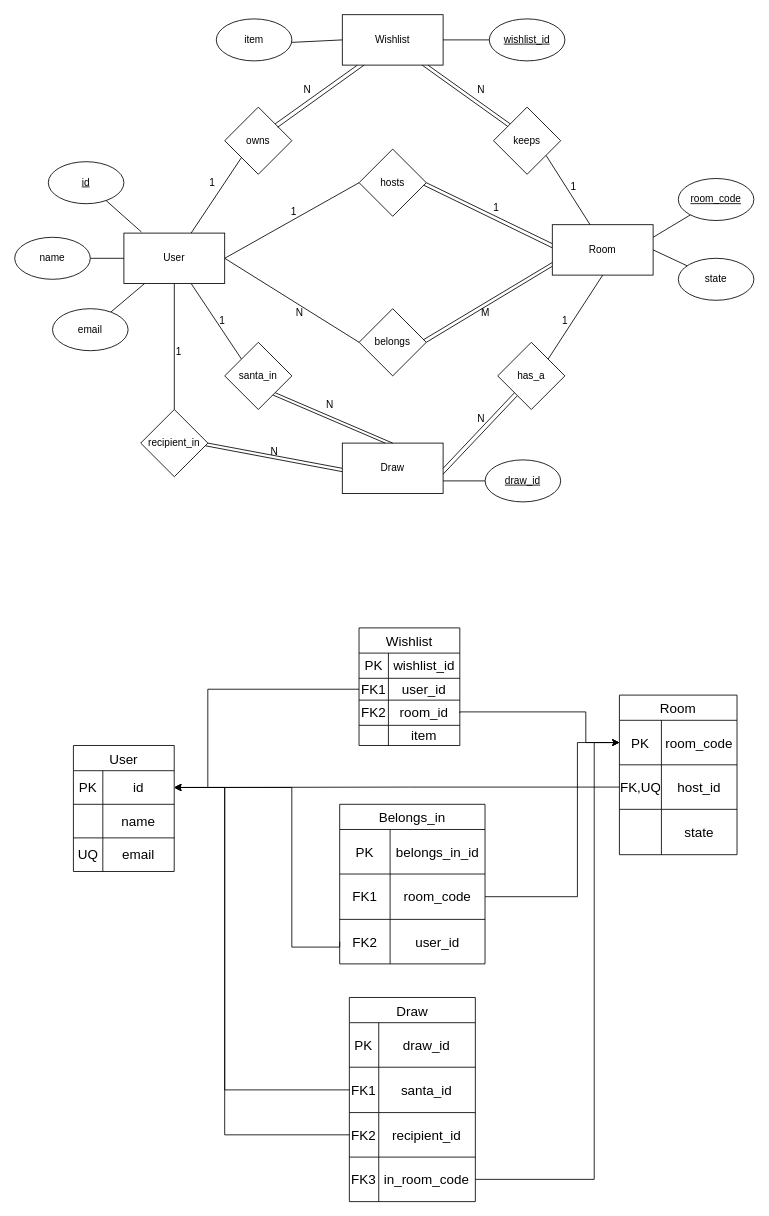
Before: Docs/erd w_ erm (5).drawio.xml in vjloable/secretsanta, a draw.io diagram. Source tidied: cells renumbered, new cells numbered last; positions are measured from the earlier drawing's top-left corner, leaving out a move shared by most shapes. Both pictures are drawn from the tidied source at 84%, with x=0, y=0 at pixel (14, 14).
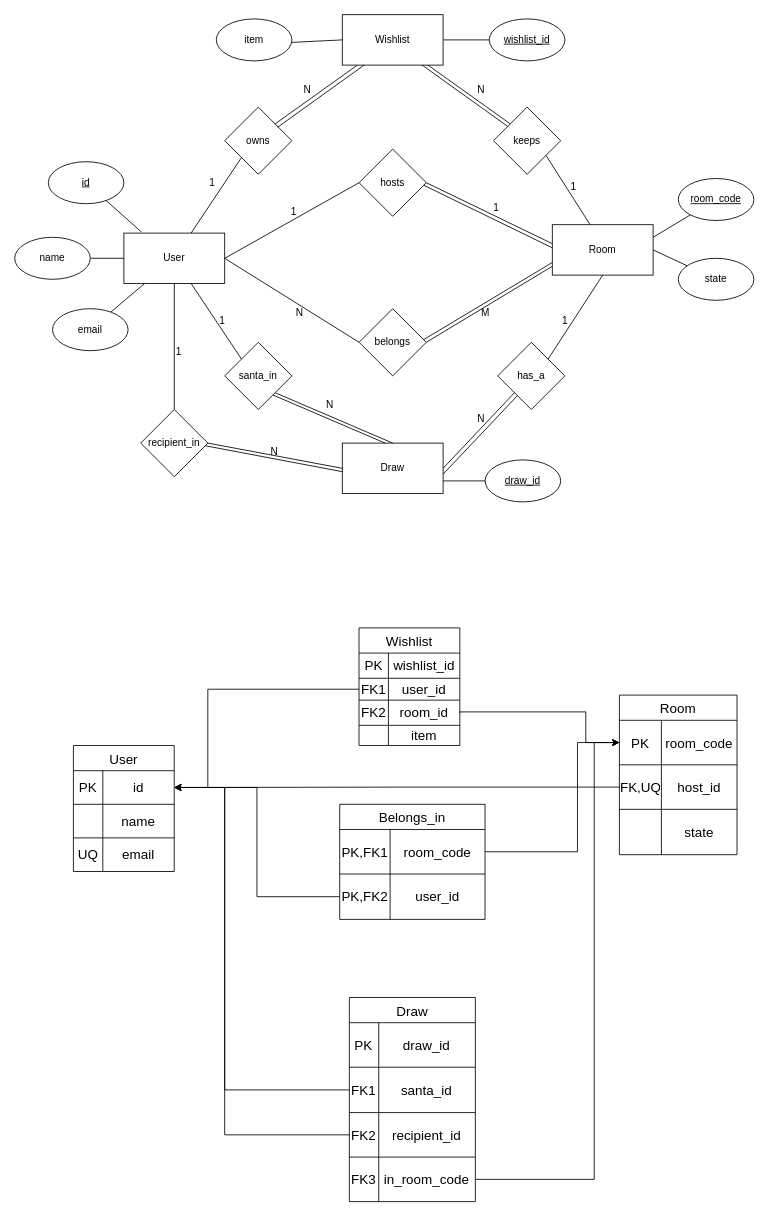
Above is the later version.

Unchanged cells that the change refers to:
```xml
<mxCell id="65" style="shape=tableRow;horizontal=0;startSize=0;swimlaneHead=0;swimlaneBody=0;strokeColor=inherit;top=0;left=0;bottom=0;right=0;fillColor=none;points=[[0,0.5],[1,0.5]];portConstraint=eastwest;fontSize=16;" parent="64" vertex="1">
  <mxGeometry y="30" width="120" height="40" as="geometry" />
</mxCell>
<mxCell id="88" style="shape=tableRow;horizontal=0;startSize=0;swimlaneHead=0;swimlaneBody=0;strokeColor=inherit;top=0;left=0;bottom=0;right=0;fillColor=none;points=[[0,0.5],[1,0.5]];portConstraint=eastwest;fontSize=16;" parent="87" vertex="1">
  <mxGeometry y="30" width="140" height="53" as="geometry" />
</mxCell>
<mxCell id="117" style="shape=tableRow;horizontal=0;startSize=0;swimlaneHead=0;swimlaneBody=0;strokeColor=inherit;top=0;left=0;bottom=0;right=0;fillColor=none;points=[[0,0.5],[1,0.5]];portConstraint=eastwest;fontSize=16;" parent="116" vertex="1">
  <mxGeometry y="30" width="173" height="53" as="geometry" />
</mxCell>
<mxCell id="120" style="shape=tableRow;horizontal=0;startSize=0;swimlaneHead=0;swimlaneBody=0;strokeColor=inherit;top=0;left=0;bottom=0;right=0;fillColor=none;points=[[0,0.5],[1,0.5]];portConstraint=eastwest;fontSize=16;" parent="116" vertex="1">
  <mxGeometry y="83" width="173" height="54" as="geometry" />
</mxCell>
```

What changed in the source:
```diff
@@
     <mxCell id="116" value="Belongs_in" style="shape=table;startSize=30;childLayout=tableLayout;strokeColor=default;fontSize=16;" parent="1" vertex="1">
-      <mxGeometry x="386.9" y="940" width="173" height="190" as="geometry" />
+      <mxGeometry x="386.9" y="940" width="173" height="137" as="geometry" />
     </mxCell>
@@
-    <mxCell id="118" value="PK" style="shape=partialRectangle;html=1;whiteSpace=wrap;strokeColor=inherit;overflow=hidden;fillColor=none;top=0;left=0;bottom=0;right=0;fontSize=16;" parent="117" vertex="1">
+    <mxCell id="118" value="PK,FK1" style="shape=partialRectangle;html=1;whiteSpace=wrap;strokeColor=inherit;overflow=hidden;fillColor=none;top=0;left=0;bottom=0;right=0;fontSize=16;" parent="117" vertex="1">
       <mxGeometry width="60" height="53" as="geometry" />
     </mxCell>
-    <mxCell id="119" value="belongs_in_id" style="shape=partialRectangle;html=1;whiteSpace=wrap;strokeColor=inherit;overflow=hidden;fillColor=none;top=0;left=0;bottom=0;right=0;fontSize=16;" parent="117" vertex="1">
+    <mxCell id="119" value="room_code" style="shape=partialRectangle;html=1;whiteSpace=wrap;strokeColor=inherit;overflow=hidden;fillColor=none;top=0;left=0;bottom=0;right=0;fontSize=16;" parent="117" vertex="1">
       <mxGeometry x="60" width="113" height="53" as="geometry" />
     </mxCell>
@@
-    <mxCell id="121" value="FK1" style="shape=partialRectangle;html=1;whiteSpace=wrap;strokeColor=inherit;overflow=hidden;fillColor=none;top=0;left=0;bottom=0;right=0;fontSize=16;" parent="120" vertex="1">
+    <mxCell id="121" value="PK,FK2" style="shape=partialRectangle;html=1;whiteSpace=wrap;strokeColor=inherit;overflow=hidden;fillColor=none;top=0;left=0;bottom=0;right=0;fontSize=16;" parent="120" vertex="1">
       <mxGeometry width="60" height="54" as="geometry" />
     </mxCell>
-    <mxCell id="122" value="room_code" style="shape=partialRectangle;html=1;whiteSpace=wrap;strokeColor=inherit;overflow=hidden;fillColor=none;top=0;left=0;bottom=0;right=0;fontSize=16;" parent="120" vertex="1">
+    <mxCell id="122" value="user_id" style="shape=partialRectangle;html=1;whiteSpace=wrap;strokeColor=inherit;overflow=hidden;fillColor=none;top=0;left=0;bottom=0;right=0;fontSize=16;" parent="120" vertex="1">
       <mxGeometry x="60" width="113" height="54" as="geometry" />
     </mxCell>
-    <mxCell id="123" style="shape=tableRow;horizontal=0;startSize=0;swimlaneHead=0;swimlaneBody=0;strokeColor=inherit;top=0;left=0;bottom=0;right=0;fillColor=none;points=[[0,0.5],[1,0.5]];portConstraint=eastwest;fontSize=16;" parent="116" vertex="1">
-      <mxGeometry y="137" width="173" height="53" as="geometry" />
-    </mxCell>
-    <mxCell id="124" value="FK2" style="shape=partialRectangle;html=1;whiteSpace=wrap;strokeColor=inherit;overflow=hidden;fillColor=none;top=0;left=0;bottom=0;right=0;fontSize=16;" parent="123" vertex="1">
-      <mxGeometry width="60" height="53" as="geometry" />
-    </mxCell>
-    <mxCell id="125" value="user_id" style="shape=partialRectangle;html=1;whiteSpace=wrap;strokeColor=inherit;overflow=hidden;fillColor=none;top=0;left=0;bottom=0;right=0;fontSize=16;" parent="123" vertex="1">
-      <mxGeometry x="60" width="113" height="53" as="geometry" />
-    </mxCell>
-    <mxCell id="126" style="edgeStyle=orthogonalEdgeStyle;rounded=0;jettySize=auto;html=1;entryX=1;entryY=0.5;entryDx=0;entryDy=0;exitX=0;exitY=0.5;exitDx=0;exitDy=0;" parent="1" edge="1" source="123" target="65">
+    <mxCell id="126" style="edgeStyle=orthogonalEdgeStyle;rounded=0;jettySize=auto;html=1;entryX=1;entryY=0.5;entryDx=0;entryDy=0;exitX=0;exitY=0.5;exitDx=0;exitDy=0;" parent="1" edge="1" target="65">
       <mxGeometry relative="1" as="geometry">
         <Array as="points">
           <mxPoint x="386.9" y="1110" />
           <mxPoint x="329.9" y="1110" />
           <mxPoint x="329.9" y="920" />
         </Array>
       </mxGeometry>
     </mxCell>
-    <mxCell id="127" style="edgeStyle=orthogonalEdgeStyle;rounded=0;jettySize=auto;html=1;entryX=0;entryY=0.5;entryDx=0;entryDy=0;exitX=1;exitY=0.5;exitDx=0;exitDy=0;" parent="1" edge="1" source="120" target="88">
+    <mxCell id="127" style="edgeStyle=orthogonalEdgeStyle;rounded=0;jettySize=auto;html=1;entryX=0;entryY=0.5;entryDx=0;entryDy=0;exitX=1;exitY=0.5;exitDx=0;exitDy=0;" parent="1" edge="1" source="117" target="88">
       <mxGeometry relative="1" as="geometry">
         <Array as="points">
-          <mxPoint x="669.9" y="1050" />
-          <mxPoint x="669.9" y="867" />
+          <mxPoint x="670" y="997" />
+          <mxPoint x="670" y="867" />
         </Array>
       </mxGeometry>
     </mxCell>
+    <mxCell id="128" style="edgeStyle=orthogonalEdgeStyle;rounded=0;jettySize=auto;html=1;entryX=1;entryY=0.5;entryDx=0;entryDy=0;" parent="1" edge="1" source="120" target="65">
+      <mxGeometry relative="1" as="geometry" />
+    </mxCell>
```
